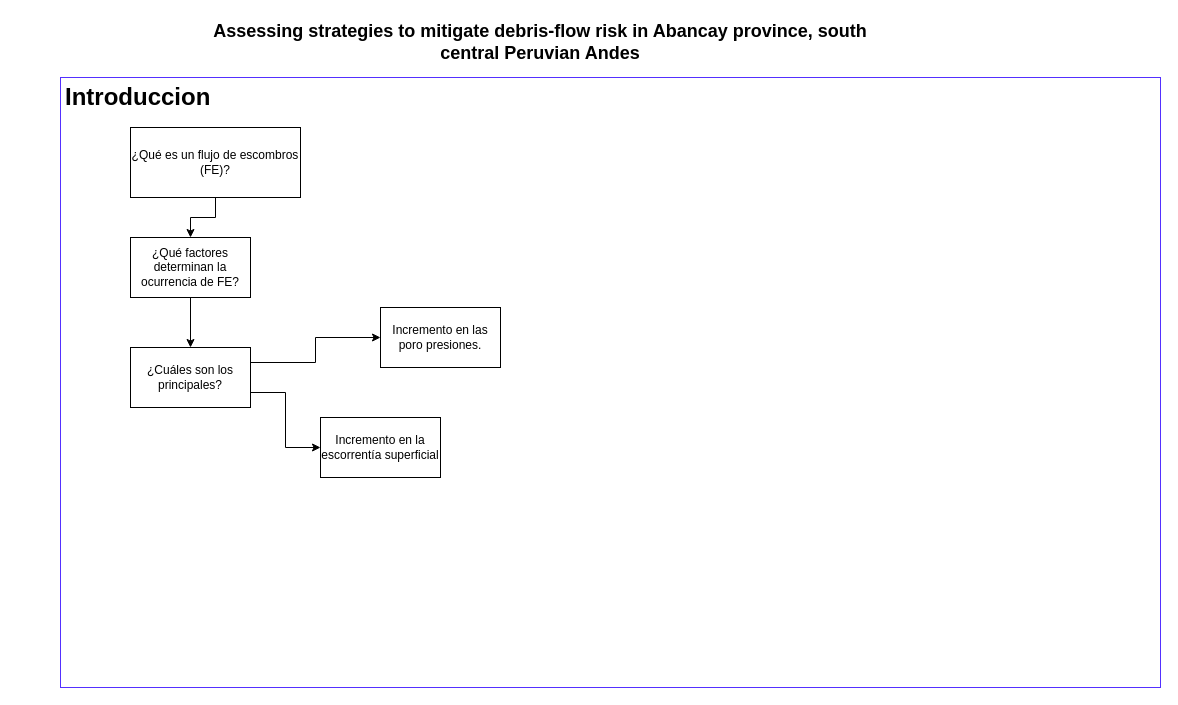
This is Morata_2019_per_paragraph.drawio from YecoG23/chatbot, a draw.io file, before an edit. Source tidied: cells renumbered, new cells numbered last; positions are measured from the earlier drawing's top-left corner, leaving out a move shared by most shapes. Both pictures are drawn from the tidied source at 100%, with x=0, y=0 at pixel (60, 17).
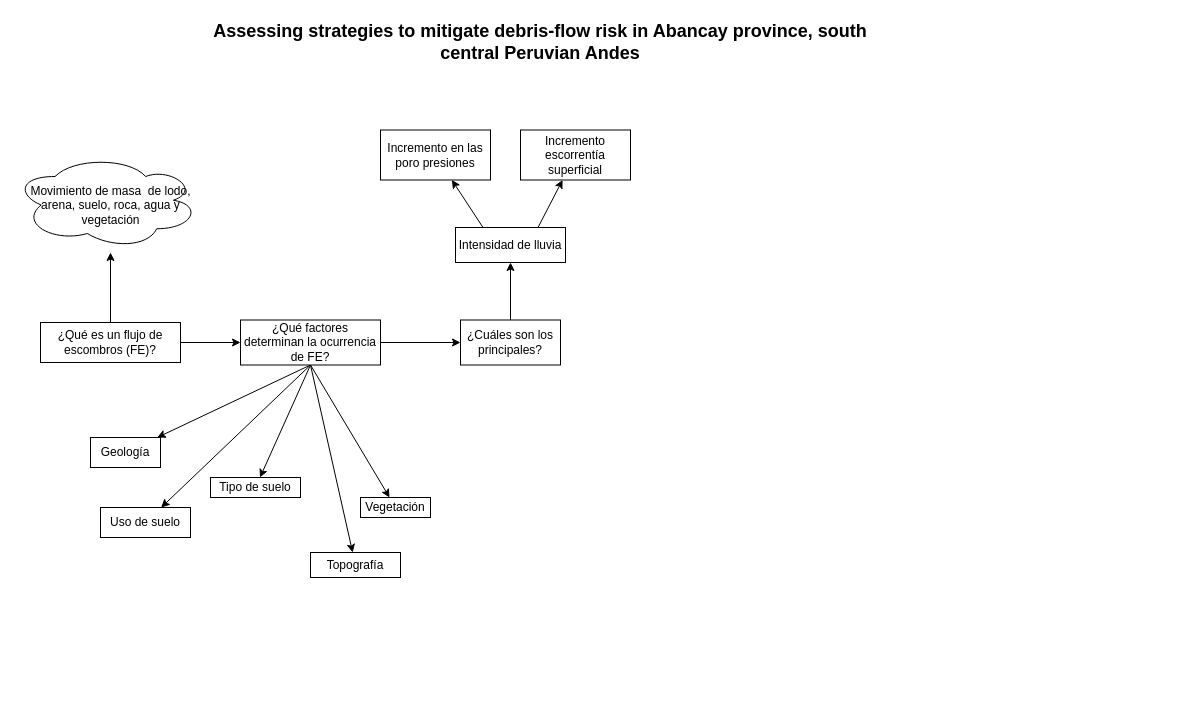
After the change.

Change to the diagram source:
```diff
@@
-    <mxCell id="2" value="&lt;h1&gt;Introduccion&lt;/h1&gt;" style="text;html=1;fillColor=none;spacing=5;spacingTop=-20;whiteSpace=wrap;overflow=hidden;rounded=0;strokeColor=#5330FF;" parent="1" vertex="1">
-      <mxGeometry y="60" width="1100" height="610" as="geometry" />
-    </mxCell>
@@
+    <mxCell id="15" style="edgeStyle=none;rounded=0;jettySize=auto;html=1;" parent="1" edge="1" source="4" target="29">
+      <mxGeometry relative="1" as="geometry" />
+    </mxCell>
     <mxCell id="4" value="¿Qué es un flujo de escombros (FE)?" style="rounded=0;whiteSpace=wrap;html=1;" parent="1" vertex="1">
-      <mxGeometry x="70" y="110" width="170" height="70" as="geometry" />
+      <mxGeometry x="-20" y="305" width="140" height="40" as="geometry" />
     </mxCell>
@@
+    <mxCell id="16" style="rounded=0;jettySize=auto;html=1;exitX=0.5;exitY=1;exitDx=0;exitDy=0;" parent="1" edge="1" source="9" target="24">
+      <mxGeometry relative="1" as="geometry" />
+    </mxCell>
+    <mxCell id="17" style="edgeStyle=none;rounded=0;jettySize=auto;html=1;exitX=0.5;exitY=1;exitDx=0;exitDy=0;" parent="1" edge="1" source="9" target="25">
+      <mxGeometry relative="1" as="geometry" />
+    </mxCell>
+    <mxCell id="18" style="edgeStyle=none;rounded=0;jettySize=auto;html=1;exitX=0.5;exitY=1;exitDx=0;exitDy=0;" parent="1" edge="1" source="9" target="26">
+      <mxGeometry relative="1" as="geometry" />
+    </mxCell>
+    <mxCell id="19" style="edgeStyle=none;rounded=0;jettySize=auto;html=1;exitX=0.5;exitY=1;exitDx=0;exitDy=0;" parent="1" edge="1" source="9" target="27">
+      <mxGeometry relative="1" as="geometry" />
+    </mxCell>
+    <mxCell id="20" style="edgeStyle=none;rounded=0;jettySize=auto;html=1;exitX=0.5;exitY=1;exitDx=0;exitDy=0;" parent="1" edge="1" source="9" target="28">
+      <mxGeometry relative="1" as="geometry" />
+    </mxCell>
     <mxCell id="9" value="¿Qué factores determinan la ocurrencia de FE?" style="rounded=0;whiteSpace=wrap;html=1;" parent="1" vertex="1">
-      <mxGeometry x="70" y="220" width="120" height="60" as="geometry" />
+      <mxGeometry x="180" y="302.5" width="140" height="45" as="geometry" />
     </mxCell>
-    <mxCell id="10" style="edgeStyle=orthogonalEdgeStyle;rounded=0;jettySize=auto;html=1;exitX=1;exitY=0.25;exitDx=0;exitDy=0;entryX=0;entryY=0.5;entryDx=0;entryDy=0;" parent="1" edge="1" source="12" target="13">
-      <mxGeometry relative="1" as="geometry" />
-    </mxCell>
-    <mxCell id="11" style="edgeStyle=orthogonalEdgeStyle;rounded=0;jettySize=auto;html=1;exitX=1;exitY=0.75;exitDx=0;exitDy=0;entryX=0;entryY=0.5;entryDx=0;entryDy=0;" parent="1" edge="1" source="12" target="14">
-      <mxGeometry relative="1" as="geometry" />
-    </mxCell>
+    <mxCell id="21" style="edgeStyle=none;rounded=0;jettySize=auto;html=1;exitX=0.25;exitY=0;exitDx=0;exitDy=0;" parent="1" edge="1" source="32" target="30">
+      <mxGeometry relative="1" as="geometry" />
+    </mxCell>
+    <mxCell id="22" style="edgeStyle=none;rounded=0;jettySize=auto;html=1;exitX=0.75;exitY=0;exitDx=0;exitDy=0;" parent="1" edge="1" source="32" target="31">
+      <mxGeometry relative="1" as="geometry" />
+    </mxCell>
+    <mxCell id="23" style="edgeStyle=none;rounded=0;jettySize=auto;html=1;entryX=0.5;entryY=1;entryDx=0;entryDy=0;" parent="1" edge="1" source="12" target="32">
+      <mxGeometry relative="1" as="geometry" />
+    </mxCell>
     <mxCell id="12" value="¿Cuáles son los principales?" style="rounded=0;whiteSpace=wrap;html=1;" parent="1" vertex="1">
-      <mxGeometry x="70" y="330" width="120" height="60" as="geometry" />
+      <mxGeometry x="400" y="302.5" width="100" height="45" as="geometry" />
     </mxCell>
-    <mxCell id="13" value="Incremento en las poro presiones." style="rounded=0;whiteSpace=wrap;html=1;" parent="1" vertex="1">
-      <mxGeometry x="320" y="290" width="120" height="60" as="geometry" />
-    </mxCell>
-    <mxCell id="14" value="Incremento en la escorrentía superficial" style="rounded=0;whiteSpace=wrap;html=1;" parent="1" vertex="1">
-      <mxGeometry x="260" y="400" width="120" height="60" as="geometry" />
-    </mxCell>
+    <mxCell id="24" value="Geología" style="whiteSpace=wrap;html=1;rounded=0;" parent="1" vertex="1">
+      <mxGeometry x="30" y="420" width="70" height="30" as="geometry" />
+    </mxCell>
+    <mxCell id="25" value="Topografía" style="rounded=0;whiteSpace=wrap;html=1;" parent="1" vertex="1">
+      <mxGeometry x="250" y="535" width="90" height="25" as="geometry" />
+    </mxCell>
+    <mxCell id="26" value="Uso de suelo" style="rounded=0;whiteSpace=wrap;html=1;" parent="1" vertex="1">
+      <mxGeometry x="40" y="490" width="90" height="30" as="geometry" />
+    </mxCell>
+    <mxCell id="27" value="Tipo de suelo" style="rounded=0;whiteSpace=wrap;html=1;" parent="1" vertex="1">
+      <mxGeometry x="150" y="460" width="90" height="20" as="geometry" />
+    </mxCell>
+    <mxCell id="28" value="Vegetación" style="rounded=0;whiteSpace=wrap;html=1;" parent="1" vertex="1">
+      <mxGeometry x="300" y="480" width="70" height="20" as="geometry" />
+    </mxCell>
+    <mxCell id="29" value="Movimiento de masa&amp;nbsp; de lodo, arena, suelo, roca, agua y vegetación" style="ellipse;shape=cloud;whiteSpace=wrap;html=1;rounded=0;direction=west;" parent="1" vertex="1">
+      <mxGeometry x="-42.5" y="140" width="185" height="95" as="geometry" />
+    </mxCell>
+    <mxCell id="30" value="Incremento en las poro presiones" style="rounded=0;whiteSpace=wrap;html=1;" parent="1" vertex="1">
+      <mxGeometry x="320" y="112.5" width="110" height="50" as="geometry" />
+    </mxCell>
+    <mxCell id="31" value="Incremento escorrentía superficial" style="rounded=0;whiteSpace=wrap;html=1;" parent="1" vertex="1">
+      <mxGeometry x="460" y="112.5" width="110" height="50" as="geometry" />
+    </mxCell>
+    <mxCell id="32" value="Intensidad de lluvia" style="rounded=0;whiteSpace=wrap;html=1;" parent="1" vertex="1">
+      <mxGeometry x="395" y="210" width="110" height="35" as="geometry" />
+    </mxCell>
```
